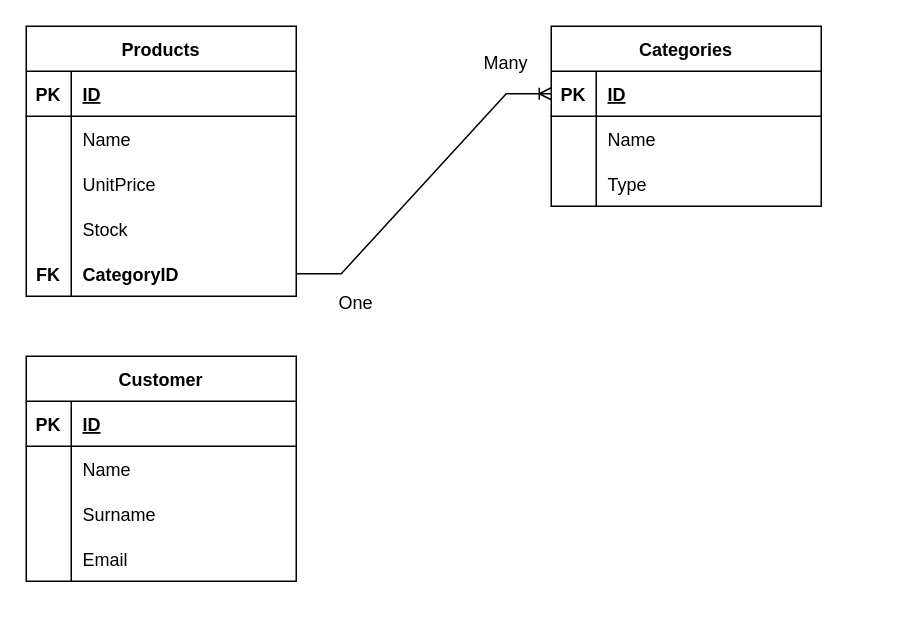
Above: Untitled Diagram.drawio in ZakirMK/Etiya-Akademi (draw.io), before the change. Source tidied: cells renumbered, new cells numbered last; positions are measured from the earlier drawing's top-left corner, leaving out a move shared by most shapes. Both pictures are drawn from the tidied source at 150%, with x=0, y=0 at pixel (26, 26).
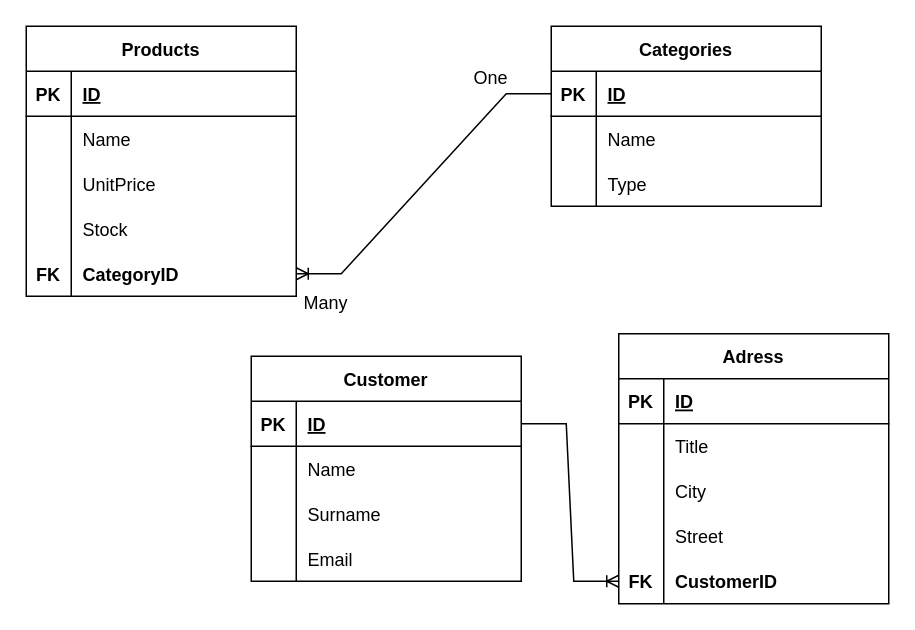
After the change.

Unchanged cells that the change refers to:
```xml
<mxCell id="15" style="shape=tableRow;horizontal=0;startSize=0;swimlaneHead=0;swimlaneBody=0;fillColor=none;points=[[0,0.5],[1,0.5]];portConstraint=eastwest;top=0;left=0;right=0;bottom=0;" parent="2" vertex="1">
  <mxGeometry y="150" width="180" height="30" as="geometry" />
</mxCell>
<mxCell id="19" style="shape=tableRow;horizontal=0;startSize=0;swimlaneHead=0;swimlaneBody=0;fillColor=none;points=[[0,0.5],[1,0.5]];portConstraint=eastwest;top=0;left=0;right=0;bottom=1;" parent="18" vertex="1">
  <mxGeometry y="30" width="180" height="30" as="geometry" />
</mxCell>
<mxCell id="32" style="shape=tableRow;horizontal=0;startSize=0;swimlaneHead=0;swimlaneBody=0;fillColor=none;points=[[0,0.5],[1,0.5]];portConstraint=eastwest;top=0;left=0;right=0;bottom=1;" parent="31" vertex="1">
  <mxGeometry y="30" width="180" height="30" as="geometry" />
</mxCell>
```

Change to the diagram source:
```diff
@@
-    <mxCell id="28" style="edgeStyle=entityRelationEdgeStyle;fontSize=12;html=1;endArrow=ERoneToMany;rounded=0;entryX=0;entryY=0.5;entryDx=0;entryDy=0;" parent="1" edge="1" source="15" target="19">
-      <mxGeometry relative="1" as="geometry" />
-    </mxCell>
     <mxCell id="29" value="One" style="text;html=1;strokeColor=none;fillColor=none;align=center;verticalAlign=middle;whiteSpace=wrap;rounded=0;" parent="1" vertex="1">
-      <mxGeometry x="190" y="170" width="60" height="30" as="geometry" />
+      <mxGeometry x="280" y="20" width="60" height="30" as="geometry" />
     </mxCell>
     <mxCell id="30" value="Many" style="text;html=1;strokeColor=none;fillColor=none;align=center;verticalAlign=middle;whiteSpace=wrap;rounded=0;" parent="1" vertex="1">
-      <mxGeometry x="290" y="10" width="60" height="30" as="geometry" />
+      <mxGeometry x="170" y="170" width="60" height="30" as="geometry" />
     </mxCell>
     <mxCell id="31" value="Customer" style="shape=table;startSize=30;childLayout=tableLayout;rowLines=0;fontStyle=1;align=center;" parent="1" vertex="1">
-      <mxGeometry y="220" width="180" height="150" as="geometry" />
+      <mxGeometry x="150" y="220" width="180" height="150" as="geometry" />
     </mxCell>
@@
+    <mxCell id="44" value="Adress" style="shape=table;startSize=30;childLayout=tableLayout;rowLines=0;fontStyle=1;align=center;" parent="1" vertex="1">
+      <mxGeometry x="395" y="205" width="180" height="180" as="geometry" />
+    </mxCell>
+    <mxCell id="45" style="shape=tableRow;horizontal=0;startSize=0;swimlaneHead=0;swimlaneBody=0;fillColor=none;top=0;left=0;right=0;bottom=1;" parent="44" vertex="1">
+      <mxGeometry y="30" width="180" height="30" as="geometry" />
+    </mxCell>
+    <mxCell id="46" value="PK" style="shape=partialRectangle;fillColor=none;top=0;left=0;bottom=0;right=0;fontStyle=1;overflow=hidden;" parent="45" vertex="1">
+      <mxGeometry width="30" height="30" as="geometry" />
+    </mxCell>
+    <mxCell id="47" value="ID" style="shape=partialRectangle;fillColor=none;top=0;left=0;bottom=0;right=0;align=left;spacingLeft=6;fontStyle=5;overflow=hidden;" parent="45" vertex="1">
+      <mxGeometry x="30" width="150" height="30" as="geometry" />
+    </mxCell>
+    <mxCell id="48" style="shape=tableRow;horizontal=0;startSize=0;swimlaneHead=0;swimlaneBody=0;fillColor=none;top=0;left=0;right=0;bottom=0;" parent="44" vertex="1">
+      <mxGeometry y="60" width="180" height="30" as="geometry" />
+    </mxCell>
+    <mxCell id="49" style="shape=partialRectangle;fillColor=none;top=0;left=0;bottom=0;right=0;overflow=hidden;" parent="48" vertex="1">
+      <mxGeometry width="30" height="30" as="geometry" />
+    </mxCell>
+    <mxCell id="50" value="Title" style="shape=partialRectangle;fillColor=none;top=0;left=0;bottom=0;right=0;align=left;spacingLeft=6;overflow=hidden;" parent="48" vertex="1">
+      <mxGeometry x="30" width="150" height="30" as="geometry" />
+    </mxCell>
+    <mxCell id="51" style="shape=tableRow;horizontal=0;startSize=0;swimlaneHead=0;swimlaneBody=0;fillColor=none;top=0;left=0;right=0;bottom=0;" parent="44" vertex="1">
+      <mxGeometry y="90" width="180" height="30" as="geometry" />
+    </mxCell>
+    <mxCell id="52" style="shape=partialRectangle;fillColor=none;top=0;left=0;bottom=0;right=0;overflow=hidden;" parent="51" vertex="1">
+      <mxGeometry width="30" height="30" as="geometry" />
+    </mxCell>
+    <mxCell id="53" value="City" style="shape=partialRectangle;fillColor=none;top=0;left=0;bottom=0;right=0;align=left;spacingLeft=6;overflow=hidden;" parent="51" vertex="1">
+      <mxGeometry x="30" width="150" height="30" as="geometry" />
+    </mxCell>
+    <mxCell id="54" style="shape=tableRow;horizontal=0;startSize=0;swimlaneHead=0;swimlaneBody=0;fillColor=none;top=0;left=0;right=0;bottom=0;" parent="44" vertex="1">
+      <mxGeometry y="120" width="180" height="30" as="geometry" />
+    </mxCell>
+    <mxCell id="55" style="shape=partialRectangle;fillColor=none;top=0;left=0;bottom=0;right=0;overflow=hidden;" parent="54" vertex="1">
+      <mxGeometry width="30" height="30" as="geometry" />
+    </mxCell>
+    <mxCell id="56" value="Street" style="shape=partialRectangle;fillColor=none;top=0;left=0;bottom=0;right=0;align=left;spacingLeft=6;overflow=hidden;" parent="54" vertex="1">
+      <mxGeometry x="30" width="150" height="30" as="geometry" />
+    </mxCell>
+    <mxCell id="57" style="shape=tableRow;horizontal=0;startSize=0;swimlaneHead=0;swimlaneBody=0;fillColor=none;points=[[0,0.5],[1,0.5]];portConstraint=eastwest;top=0;left=0;right=0;bottom=0;" parent="44" vertex="1">
+      <mxGeometry y="150" width="180" height="30" as="geometry" />
+    </mxCell>
+    <mxCell id="58" value="FK" style="shape=partialRectangle;fillColor=none;top=0;left=0;bottom=0;right=0;overflow=hidden;fontStyle=1;" parent="57" vertex="1">
+      <mxGeometry width="30" height="30" as="geometry" />
+    </mxCell>
+    <mxCell id="59" value="CustomerID" style="shape=partialRectangle;fillColor=none;top=0;left=0;bottom=0;right=0;align=left;spacingLeft=6;overflow=hidden;fontStyle=1;" parent="57" vertex="1">
+      <mxGeometry x="30" width="150" height="30" as="geometry" />
+    </mxCell>
+    <mxCell id="60" style="edgeStyle=entityRelationEdgeStyle;fontSize=12;html=1;endArrow=ERoneToMany;rounded=0;exitX=1;exitY=0.5;exitDx=0;exitDy=0;entryX=0;entryY=0.5;entryDx=0;entryDy=0;" parent="1" edge="1" source="32" target="57">
+      <mxGeometry relative="1" as="geometry" />
+    </mxCell>
+    <mxCell id="61" style="edgeStyle=entityRelationEdgeStyle;fontSize=12;html=1;endArrow=ERoneToMany;rounded=0;exitX=0;exitY=0.5;exitDx=0;exitDy=0;entryX=1;entryY=0.5;entryDx=0;entryDy=0;" parent="1" edge="1" source="19" target="15">
+      <mxGeometry relative="1" as="geometry" />
+    </mxCell>
```
